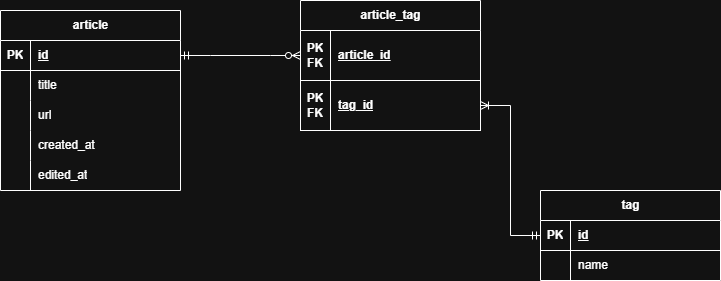
The draw.io diagram docs/ER diagram.png in takuya1112/webtag, before a commit. Source tidied: cells renumbered, new cells last; positions are measured from the earlier drawing's top-left corner, leaving out a move shared by most shapes.
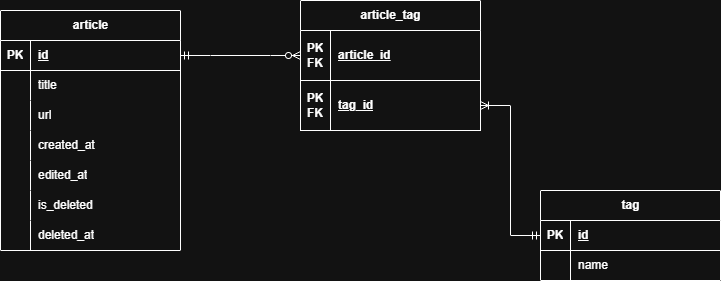
Above is the later version.

Change to the diagram source:
```diff
@@ -3,7 +3,7 @@
     <mxCell id="0" />
     <mxCell id="1" parent="0" />
     <mxCell id="2" value="article" style="shape=table;startSize=30;rowLines=0;fontStyle=1;align=center;html=1;labelBackgroundColor=none;" parent="1" vertex="1">
-      <mxGeometry y="10" width="180" height="180" as="geometry" />
+      <mxGeometry y="10" width="180" height="240" as="geometry" />
     </mxCell>
     <mxCell id="3" style="shape=tableRow;horizontal=0;startSize=0;swimlaneHead=0;swimlaneBody=0;fillColor=none;points=[[0,0.5],[1,0.5]];portConstraint=eastwest;top=0;left=0;right=0;bottom=1;labelBackgroundColor=none;" parent="2" vertex="1">
       <mxGeometry y="30" width="180" height="30" as="geometry" />
@@ -50,6 +50,24 @@
     <mxCell id="17" value="edited_at" style="shape=partialRectangle;fillColor=none;top=0;left=0;bottom=0;right=0;align=left;spacingLeft=6;overflow=hidden;whiteSpace=wrap;html=1;labelBackgroundColor=none;" parent="15" vertex="1">
       <mxGeometry x="30" width="150" height="30" as="geometry" />
     </mxCell>
+    <mxCell id="34" style="shape=tableRow;horizontal=0;startSize=0;swimlaneHead=0;swimlaneBody=0;fillColor=none;top=0;left=0;right=0;bottom=0;labelBackgroundColor=none;" parent="2" vertex="1">
+      <mxGeometry y="180" width="180" height="30" as="geometry" />
+    </mxCell>
+    <mxCell id="35" style="shape=partialRectangle;fillColor=none;top=0;left=0;bottom=0;right=0;overflow=hidden;whiteSpace=wrap;html=1;labelBackgroundColor=none;" parent="34" vertex="1">
+      <mxGeometry width="30" height="30" as="geometry" />
+    </mxCell>
+    <mxCell id="36" value="is_deleted" style="shape=partialRectangle;fillColor=none;top=0;left=0;bottom=0;right=0;align=left;spacingLeft=6;overflow=hidden;whiteSpace=wrap;html=1;labelBackgroundColor=none;" parent="34" vertex="1">
+      <mxGeometry x="30" width="150" height="30" as="geometry" />
+    </mxCell>
+    <mxCell id="37" style="shape=tableRow;horizontal=0;startSize=0;swimlaneHead=0;swimlaneBody=0;fillColor=none;top=0;left=0;right=0;bottom=0;labelBackgroundColor=none;" parent="2" vertex="1">
+      <mxGeometry y="210" width="180" height="30" as="geometry" />
+    </mxCell>
+    <mxCell id="38" style="shape=partialRectangle;fillColor=none;top=0;left=0;bottom=0;right=0;overflow=hidden;whiteSpace=wrap;html=1;labelBackgroundColor=none;" parent="37" vertex="1">
+      <mxGeometry width="30" height="30" as="geometry" />
+    </mxCell>
+    <mxCell id="39" value="deleted_at" style="shape=partialRectangle;fillColor=none;top=0;left=0;bottom=0;right=0;align=left;spacingLeft=6;overflow=hidden;whiteSpace=wrap;html=1;labelBackgroundColor=none;" parent="37" vertex="1">
+      <mxGeometry x="30" width="150" height="30" as="geometry" />
+    </mxCell>
     <mxCell id="18" value="tag" style="shape=table;startSize=30;rowLines=0;fontStyle=1;align=center;html=1;" parent="1" vertex="1">
       <mxGeometry x="540" y="190" width="180" height="90" as="geometry" />
     </mxCell>
```
